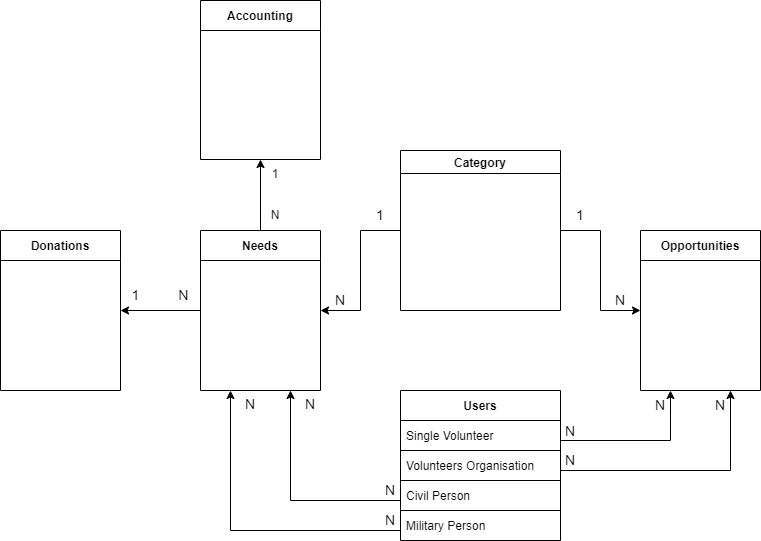
This is docs/Database_Scheme.png from AlexeyVasilenkoDev/VolunteeringHub, a draw.io export, as it was before one commit. Source tidied: cells renumbered, new cells last; positions are measured from the earlier drawing's top-left corner, leaving out a move shared by most shapes.
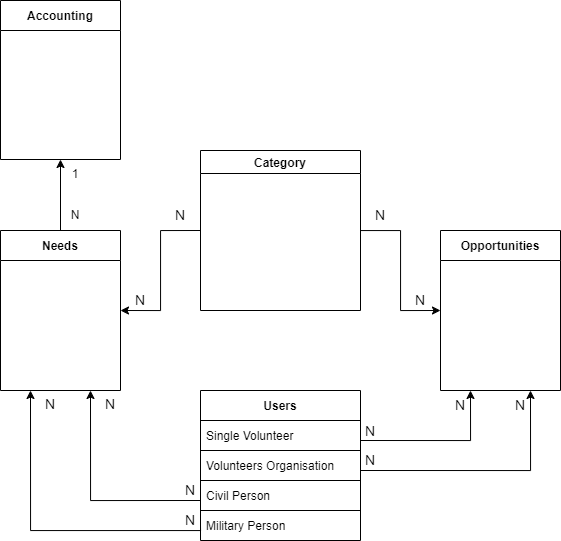
Later version of the same file.

Commit message:
Finish with database and models

The edit, as a diff of the source:
```diff
@@ -17,9 +17,6 @@
     <mxCell id="6" value="Military Person" style="text;strokeColor=none;fillColor=none;align=left;verticalAlign=middle;spacingLeft=4;spacingRight=4;overflow=hidden;points=[[0,0.5],[1,0.5]];portConstraint=eastwest;" parent="2" vertex="1">
       <mxGeometry y="120" width="160" height="30" as="geometry" />
     </mxCell>
-    <mxCell id="7" style="edgeStyle=orthogonalEdgeStyle;rounded=0;jettySize=auto;html=1;exitX=0;exitY=0.5;exitDx=0;exitDy=0;entryX=1;entryY=0.5;entryDx=0;entryDy=0;fontSize=14;" parent="1" edge="1" source="9" target="30">
-      <mxGeometry relative="1" as="geometry" />
-    </mxCell>
     <mxCell id="8" style="edgeStyle=orthogonalEdgeStyle;rounded=0;jettySize=auto;html=1;exitX=0.5;exitY=0;exitDx=0;exitDy=0;entryX=0.5;entryY=1;entryDx=0;entryDy=0;fontSize=12;" parent="1" edge="1" source="9" target="32">
       <mxGeometry relative="1" as="geometry" />
     </mxCell>
@@ -88,21 +85,15 @@
     <mxCell id="26" value="N" style="text;html=1;strokeColor=none;fillColor=none;align=center;verticalAlign=middle;whiteSpace=wrap;rounded=0;fontSize=14;" parent="1" vertex="1">
       <mxGeometry x="590" y="285" width="60" height="30" as="geometry" />
     </mxCell>
-    <mxCell id="27" value="1" style="text;html=1;strokeColor=none;fillColor=none;align=center;verticalAlign=middle;whiteSpace=wrap;rounded=0;fontSize=14;" parent="1" vertex="1">
+    <mxCell id="27" value="N" style="text;html=1;strokeColor=none;fillColor=none;align=center;verticalAlign=middle;whiteSpace=wrap;rounded=0;fontSize=14;" parent="1" vertex="1">
       <mxGeometry x="550" y="200" width="60" height="30" as="geometry" />
     </mxCell>
-    <mxCell id="28" value="1" style="text;html=1;strokeColor=none;fillColor=none;align=center;verticalAlign=middle;whiteSpace=wrap;rounded=0;fontSize=14;" parent="1" vertex="1">
+    <mxCell id="28" value="N" style="text;html=1;strokeColor=none;fillColor=none;align=center;verticalAlign=middle;whiteSpace=wrap;rounded=0;fontSize=14;" parent="1" vertex="1">
       <mxGeometry x="350" y="200" width="60" height="30" as="geometry" />
     </mxCell>
     <mxCell id="29" value="N" style="text;html=1;strokeColor=none;fillColor=none;align=center;verticalAlign=middle;whiteSpace=wrap;rounded=0;fontSize=14;" parent="1" vertex="1">
       <mxGeometry x="310" y="285" width="60" height="30" as="geometry" />
     </mxCell>
-    <mxCell id="30" value="Donations" style="swimlane;strokeColor=default;fontSize=12;startSize=30;" parent="1" vertex="1">
-      <mxGeometry y="230" width="120" height="160" as="geometry" />
-    </mxCell>
-    <mxCell id="31" value="1&amp;nbsp; &amp;nbsp; &amp;nbsp; &amp;nbsp; &amp;nbsp; N" style="text;html=1;strokeColor=none;fillColor=none;align=center;verticalAlign=middle;whiteSpace=wrap;rounded=0;fontSize=14;" parent="1" vertex="1">
-      <mxGeometry x="130" y="280" width="60" height="30" as="geometry" />
-    </mxCell>
     <mxCell id="32" value="Accounting" style="swimlane;strokeColor=default;fontSize=12;startSize=30;" parent="1" vertex="1">
       <mxGeometry x="200" width="120" height="159" as="geometry" />
     </mxCell>
```
